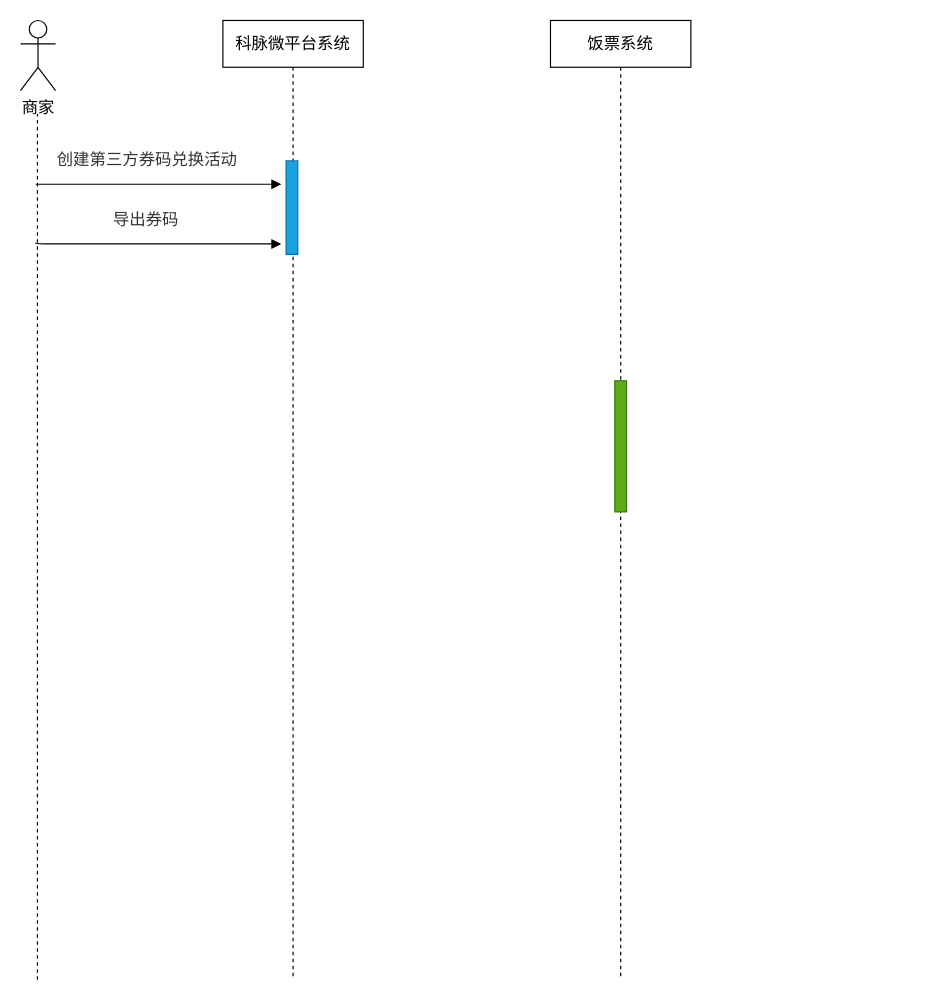
Earlier version of the draw.io diagram Kemai/联通对接面点王卡券流程图.drawio (noobwu/diagrams). Source tidied: cells renumbered, new cells numbered last; positions are measured from the earlier drawing's top-left corner, leaving out a move shared by most shapes. Both pictures are drawn from the tidied source at 117%, with x=0, y=0 at pixel (20, 20).
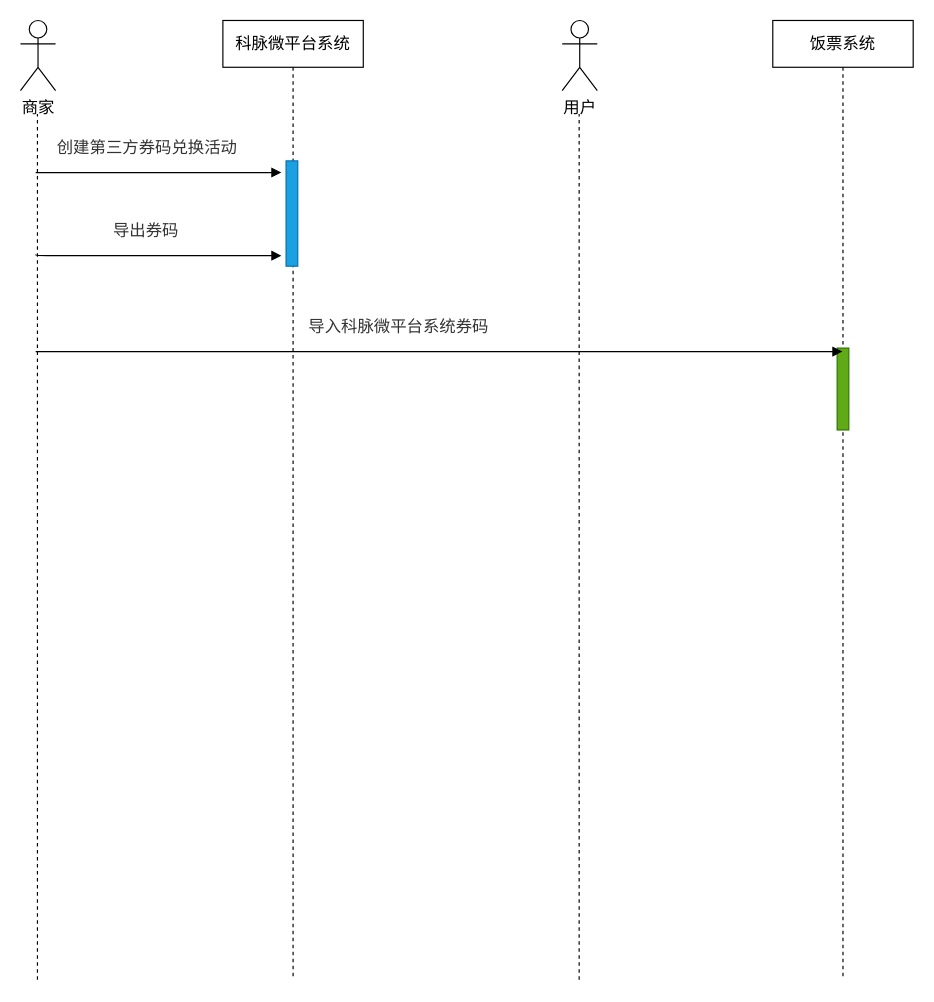
After the change.

Commit message (it also covers changes not shown here):
更新联通对接面点王卡券流程图.drawio

What changed in the source:
```diff
@@
 <mxGraphModel background="#ffffff">
   <root>
     <mxCell id="0" />
     <mxCell id="1" parent="0" />
     <mxCell id="2" value="&lt;font style=&quot;font-size: 14px&quot;&gt;商家&lt;/font&gt;" style="shape=umlActor;verticalLabelPosition=bottom;verticalAlign=top;html=1;" parent="1" vertex="1">
       <mxGeometry width="30" height="60" as="geometry" />
     </mxCell>
     <mxCell id="3" value="饭票系统" style="shape=umlLifeline;perimeter=lifelinePerimeter;whiteSpace=wrap;html=1;fontSize=14;" parent="1" vertex="1">
-      <mxGeometry x="453" width="120" height="820" as="geometry" />
+      <mxGeometry x="643" width="120" height="820" as="geometry" />
     </mxCell>
     <mxCell id="4" style="html=1;perimeter=orthogonalPerimeter;fillColor=#60a917;strokeColor=#2D7600;fontColor=#ffffff;" parent="3" vertex="1">
-      <mxGeometry x="55" y="308" width="10" height="112" as="geometry" />
+      <mxGeometry x="55" y="280" width="10" height="70" as="geometry" />
     </mxCell>
     <mxCell id="5" value="&lt;font style=&quot;font-size: 14px&quot;&gt;科脉微平台系统&lt;/font&gt;" style="shape=umlLifeline;perimeter=lifelinePerimeter;whiteSpace=wrap;html=1;" parent="1" vertex="1">
       <mxGeometry x="173" width="120" height="820" as="geometry" />
     </mxCell>
     <mxCell id="6" style="html=1;perimeter=orthogonalPerimeter;fillColor=#1ba1e2;strokeColor=#006EAF;fontColor=#ffffff;" parent="5" vertex="1">
-      <mxGeometry x="54" y="120" width="10" height="80" as="geometry" />
+      <mxGeometry x="54" y="120" width="10" height="90" as="geometry" />
     </mxCell>
     <mxCell id="7" style="endArrow=none;dashed=1;html=1;" parent="1" edge="1">
       <mxGeometry relative="1" as="geometry">
         <mxPoint x="14.5" y="820" as="sourcePoint" />
         <mxPoint x="14.5" y="80" as="targetPoint" />
       </mxGeometry>
     </mxCell>
-    <mxCell id="8" value="&lt;span style=&quot;color: rgb(51 , 51 , 51) ; text-align: left&quot;&gt;&lt;font style=&quot;font-size: 14px&quot;&gt;创建第三方券码兑换活动&lt;/font&gt;&lt;/span&gt;" style="html=1;verticalAlign=bottom;endArrow=block;labelBackgroundColor=none;fontFamily=Verdana;fontSize=12;edgeStyle=elbowEdgeStyle;elbow=vertical;" parent="1" edge="1">
+    <mxCell id="8" value="&lt;div style=&quot;text-align: left&quot;&gt;&lt;span style=&quot;font-size: 14px&quot;&gt;&lt;font color=&quot;#333333&quot;&gt;导入科脉微平台系统券码&lt;/font&gt;&lt;/span&gt;&lt;/div&gt;" style="html=1;verticalAlign=bottom;endArrow=block;labelBackgroundColor=none;fontFamily=Verdana;fontSize=12;edgeStyle=elbowEdgeStyle;elbow=vertical;" parent="1" edge="1">
       <mxGeometry x="-0.1" y="10" relative="1" as="geometry">
-        <mxPoint x="13" y="140" as="sourcePoint" />
-        <mxPoint x="223" y="140" as="targetPoint" />
+        <mxPoint x="13" y="283" as="sourcePoint" />
+        <mxPoint x="702.5" y="283" as="targetPoint" />
       </mxGeometry>
     </mxCell>
     <mxCell id="9" value="&lt;div style=&quot;text-align: left&quot;&gt;&lt;span style=&quot;font-size: 14px&quot;&gt;&lt;font color=&quot;#333333&quot;&gt;导出券码&lt;/font&gt;&lt;/span&gt;&lt;/div&gt;" style="html=1;verticalAlign=bottom;endArrow=block;labelBackgroundColor=none;fontFamily=Verdana;fontSize=12;edgeStyle=elbowEdgeStyle;elbow=vertical;" parent="1" edge="1">
       <mxGeometry x="-0.1" y="10" relative="1" as="geometry">
-        <mxPoint x="13" y="190" as="sourcePoint" />
-        <mxPoint x="223" y="191" as="targetPoint" />
+        <mxPoint x="13" y="200" as="sourcePoint" />
+        <mxPoint x="223" y="201" as="targetPoint" />
       </mxGeometry>
     </mxCell>
+    <mxCell id="10" value="&lt;span style=&quot;color: rgb(51 , 51 , 51) ; text-align: left&quot;&gt;&lt;font style=&quot;font-size: 14px&quot;&gt;创建第三方券码兑换活动&lt;/font&gt;&lt;/span&gt;" style="html=1;verticalAlign=bottom;endArrow=block;labelBackgroundColor=none;fontFamily=Verdana;fontSize=12;edgeStyle=elbowEdgeStyle;elbow=vertical;" parent="1" edge="1">
+      <mxGeometry x="-0.1" y="10" relative="1" as="geometry">
+        <mxPoint x="13" y="130" as="sourcePoint" />
+        <mxPoint x="223" y="130" as="targetPoint" />
+        <Array as="points">
+          <mxPoint x="118" y="130" />
+        </Array>
+      </mxGeometry>
+    </mxCell>
+    <mxCell id="11" value="&lt;span style=&quot;font-size: 14px&quot;&gt;用户&lt;/span&gt;" style="shape=umlActor;verticalLabelPosition=bottom;verticalAlign=top;html=1;" parent="1" vertex="1">
+      <mxGeometry x="463" width="30" height="60" as="geometry" />
+    </mxCell>
+    <mxCell id="12" style="endArrow=none;dashed=1;html=1;" parent="1" edge="1">
+      <mxGeometry relative="1" as="geometry">
+        <mxPoint x="477.5" y="820" as="sourcePoint" />
+        <mxPoint x="477.5" y="80" as="targetPoint" />
+      </mxGeometry>
+    </mxCell>
   </root>
 </mxGraphModel>
```
